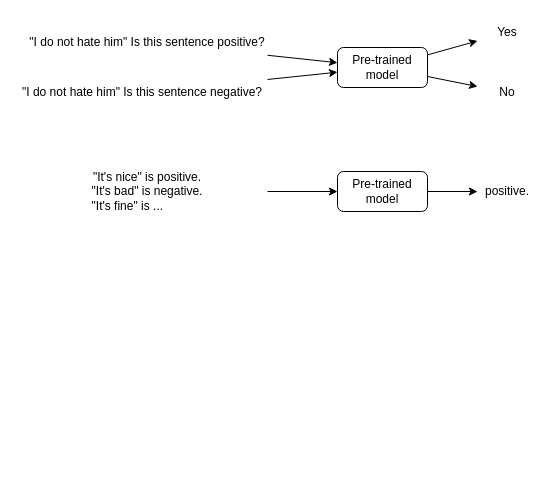
Earlier version of the draw.io diagram ZSLPret.drawio (cerisara/draws). Source tidied: cells renumbered, new cells numbered last; positions are measured from the earlier drawing's top-left corner, leaving out a move shared by most shapes. Both pictures are drawn from the tidied source at 100%, with x=0, y=0 at pixel (17, 17).
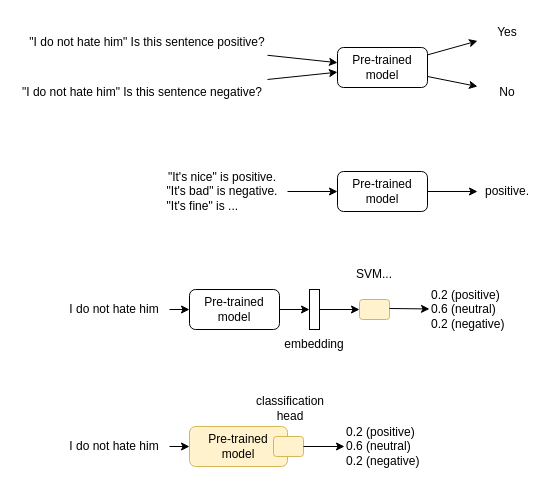
The same diagram, later.

What changed in the source:
```diff
@@
     <mxCell id="12" value="&quot;It's nice&quot; is positive.&lt;br&gt;&lt;div align=&quot;left&quot;&gt;&quot;It's bad&quot; is negative.&lt;/div&gt;&lt;div align=&quot;left&quot;&gt;&quot;It's fine&quot; is ...&lt;br&gt;&lt;/div&gt;" style="text;html=1;strokeColor=none;fillColor=none;align=center;verticalAlign=middle;whiteSpace=wrap;rounded=0;" parent="1" vertex="1">
-      <mxGeometry x="10" y="159" width="240" height="30" as="geometry" />
+      <mxGeometry x="140" y="159" width="130" height="30" as="geometry" />
     </mxCell>
@@
+    <mxCell id="16" value="Pre-trained&lt;br&gt;model" style="rounded=1;whiteSpace=wrap;html=1;" parent="1" vertex="1">
+      <mxGeometry x="172" y="272" width="90" height="40" as="geometry" />
+    </mxCell>
+    <mxCell id="17" value="I do not hate him" style="text;html=1;strokeColor=none;fillColor=none;align=center;verticalAlign=middle;whiteSpace=wrap;rounded=0;" parent="1" vertex="1">
+      <mxGeometry x="42" y="277" width="110" height="30" as="geometry" />
+    </mxCell>
+    <mxCell id="18" style="endArrow=classic;html=1;rounded=0;" parent="1" edge="1" source="17" target="16">
+      <mxGeometry relative="1" as="geometry" />
+    </mxCell>
+    <mxCell id="19" value="&lt;div align=&quot;left&quot;&gt;0.2 (positive)&lt;/div&gt;&lt;div align=&quot;left&quot;&gt;0.6 (neutral)&lt;/div&gt;&lt;div align=&quot;left&quot;&gt;0.2 (negative)&lt;br&gt;&lt;/div&gt;" style="text;html=1;strokeColor=none;fillColor=none;align=left;verticalAlign=middle;whiteSpace=wrap;rounded=0;" parent="1" vertex="1">
+      <mxGeometry x="412" y="277" width="95" height="30" as="geometry" />
+    </mxCell>
+    <mxCell id="20" style="rounded=1;whiteSpace=wrap;html=1;fillColor=#fff2cc;strokeColor=#d6b656;" parent="1" vertex="1">
+      <mxGeometry x="342" y="282" width="30" height="20" as="geometry" />
+    </mxCell>
+    <mxCell id="21" style="rounded=0;whiteSpace=wrap;html=1;" parent="1" vertex="1">
+      <mxGeometry x="292" y="272" width="10" height="40" as="geometry" />
+    </mxCell>
+    <mxCell id="22" style="endArrow=classic;html=1;rounded=0;entryX=0;entryY=0.5;entryDx=0;entryDy=0;exitX=1;exitY=0.5;exitDx=0;exitDy=0;" parent="1" edge="1" source="16" target="21">
+      <mxGeometry relative="1" as="geometry" />
+    </mxCell>
+    <mxCell id="23" style="endArrow=classic;html=1;rounded=0;" parent="1" edge="1" target="20">
+      <mxGeometry relative="1" as="geometry">
+        <mxPoint x="302" y="292" as="sourcePoint" />
+      </mxGeometry>
+    </mxCell>
+    <mxCell id="24" style="endArrow=classic;html=1;rounded=0;" parent="1" edge="1" target="19">
+      <mxGeometry relative="1" as="geometry">
+        <mxPoint x="372" y="291" as="sourcePoint" />
+      </mxGeometry>
+    </mxCell>
+    <mxCell id="25" value="SVM..." style="text;html=1;strokeColor=none;fillColor=none;align=center;verticalAlign=middle;whiteSpace=wrap;rounded=0;" parent="1" vertex="1">
+      <mxGeometry x="327" y="242" width="60" height="30" as="geometry" />
+    </mxCell>
+    <mxCell id="26" value="embedding" style="text;html=1;strokeColor=none;fillColor=none;align=center;verticalAlign=middle;whiteSpace=wrap;rounded=0;" parent="1" vertex="1">
+      <mxGeometry x="267" y="312" width="60" height="30" as="geometry" />
+    </mxCell>
+    <mxCell id="27" value="Pre-trained&lt;br&gt;model" style="rounded=1;whiteSpace=wrap;html=1;align=center;fillColor=#fff2cc;strokeColor=#d6b656;" parent="1" vertex="1">
+      <mxGeometry x="172" y="409" width="98" height="40" as="geometry" />
+    </mxCell>
+    <mxCell id="28" value="I do not hate him" style="text;html=1;strokeColor=none;fillColor=none;align=center;verticalAlign=middle;whiteSpace=wrap;rounded=0;" parent="1" vertex="1">
+      <mxGeometry x="42" y="414" width="110" height="30" as="geometry" />
+    </mxCell>
+    <mxCell id="29" style="endArrow=classic;html=1;rounded=0;" parent="1" edge="1" source="28" target="27">
+      <mxGeometry relative="1" as="geometry" />
+    </mxCell>
+    <mxCell id="30" value="&lt;div align=&quot;left&quot;&gt;0.2 (positive)&lt;/div&gt;&lt;div align=&quot;left&quot;&gt;0.6 (neutral)&lt;/div&gt;&lt;div align=&quot;left&quot;&gt;0.2 (negative)&lt;br&gt;&lt;/div&gt;" style="text;html=1;strokeColor=none;fillColor=none;align=left;verticalAlign=middle;whiteSpace=wrap;rounded=0;" parent="1" vertex="1">
+      <mxGeometry x="327" y="414" width="95" height="30" as="geometry" />
+    </mxCell>
+    <mxCell id="31" style="rounded=1;whiteSpace=wrap;html=1;fillColor=#fff2cc;strokeColor=#d6b656;" parent="1" vertex="1">
+      <mxGeometry x="256" y="419" width="30" height="20" as="geometry" />
+    </mxCell>
+    <mxCell id="32" style="endArrow=classic;html=1;rounded=0;" parent="1" edge="1" source="31" target="30">
+      <mxGeometry relative="1" as="geometry" />
+    </mxCell>
+    <mxCell id="33" value="classification&lt;br&gt;head" style="text;html=1;strokeColor=none;fillColor=none;align=center;verticalAlign=middle;whiteSpace=wrap;rounded=0;" parent="1" vertex="1">
+      <mxGeometry x="243" y="376" width="60" height="30" as="geometry" />
+    </mxCell>
```
